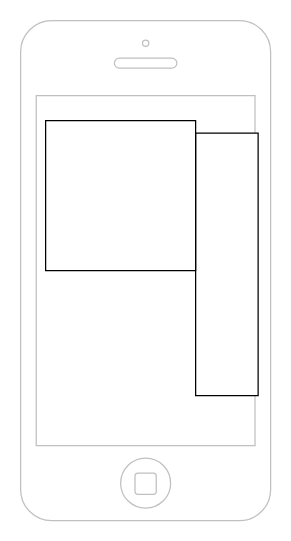
Earlier version of the draw.io diagram Wireframes/indexPort.drawio (Rcorr7/Profile). Source tidied: cells renumbered, new cells numbered last; positions are measured from the earlier drawing's top-left corner, leaving out a move shared by most shapes. Both pictures are drawn from the tidied source at 125%, with x=0, y=0 at pixel (20, 20).
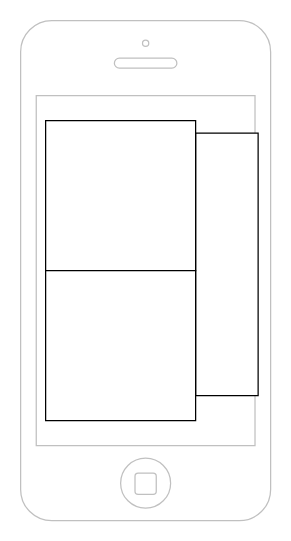
Above is the later version.

What changed in the source:
```diff
@@
 <mxGraphModel>
   <root>
     <mxCell id="0" />
     <mxCell id="1" parent="0" />
     <mxCell id="2" style="html=1;verticalLabelPosition=bottom;labelBackgroundColor=#ffffff;verticalAlign=top;shadow=0;dashed=0;strokeWidth=1;shape=mxgraph.ios7.misc.iphone;strokeColor=#c0c0c0;" parent="1" vertex="1">
       <mxGeometry width="200" height="400" as="geometry" />
     </mxCell>
     <mxCell id="3" style="rounded=0;whiteSpace=wrap;html=1;" parent="1" vertex="1">
       <mxGeometry x="140" y="90" width="50" height="210" as="geometry" />
     </mxCell>
     <mxCell id="4" style="whiteSpace=wrap;html=1;" parent="1" vertex="1">
       <mxGeometry x="20" y="80" width="120" height="120" as="geometry" />
     </mxCell>
+    <mxCell id="5" style="whiteSpace=wrap;html=1;" parent="1" vertex="1">
+      <mxGeometry x="20" y="200" width="120" height="120" as="geometry" />
+    </mxCell>
   </root>
 </mxGraphModel>
```
